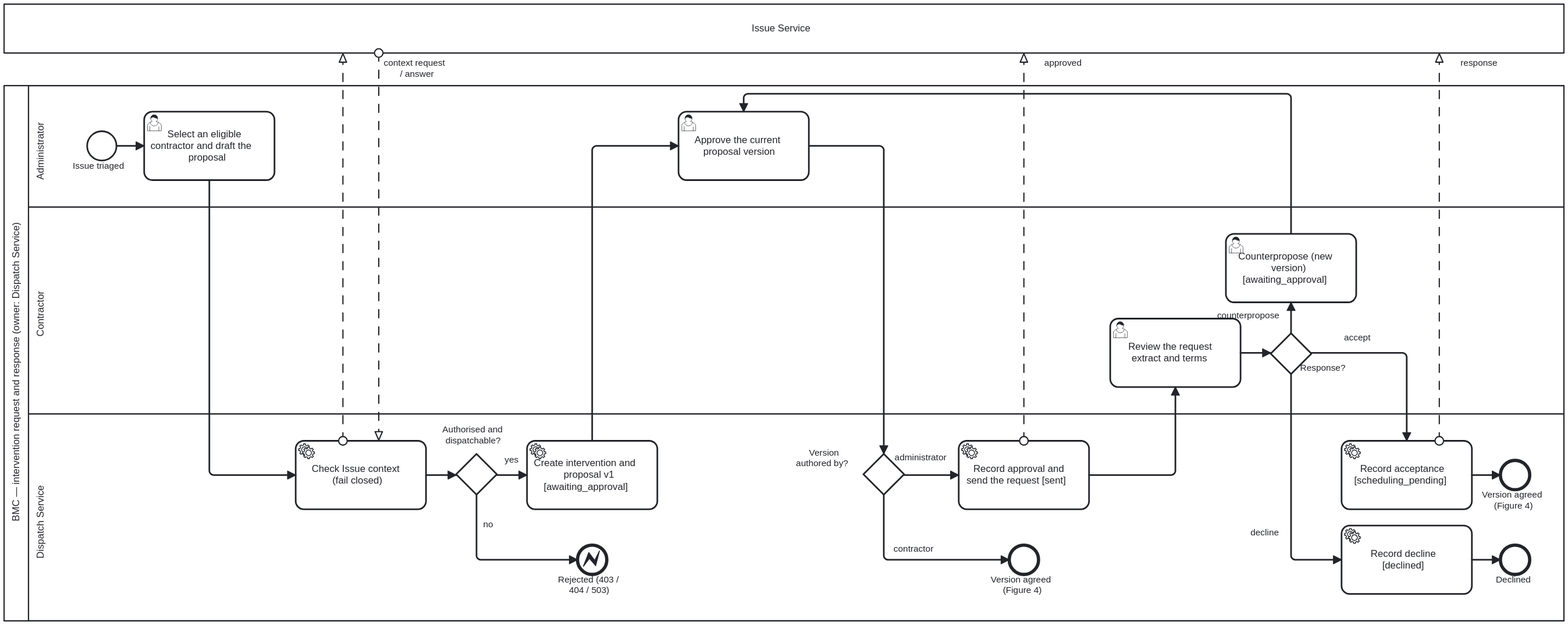
Before: documents/diagrams/intervention-request.svg, a diagram exported from BPMN (Phenriquerafael/LABDSOF_G9A). Its source is kept beside it as documents/diagrams/intervention-request.bpmn. Ids are renumbered.
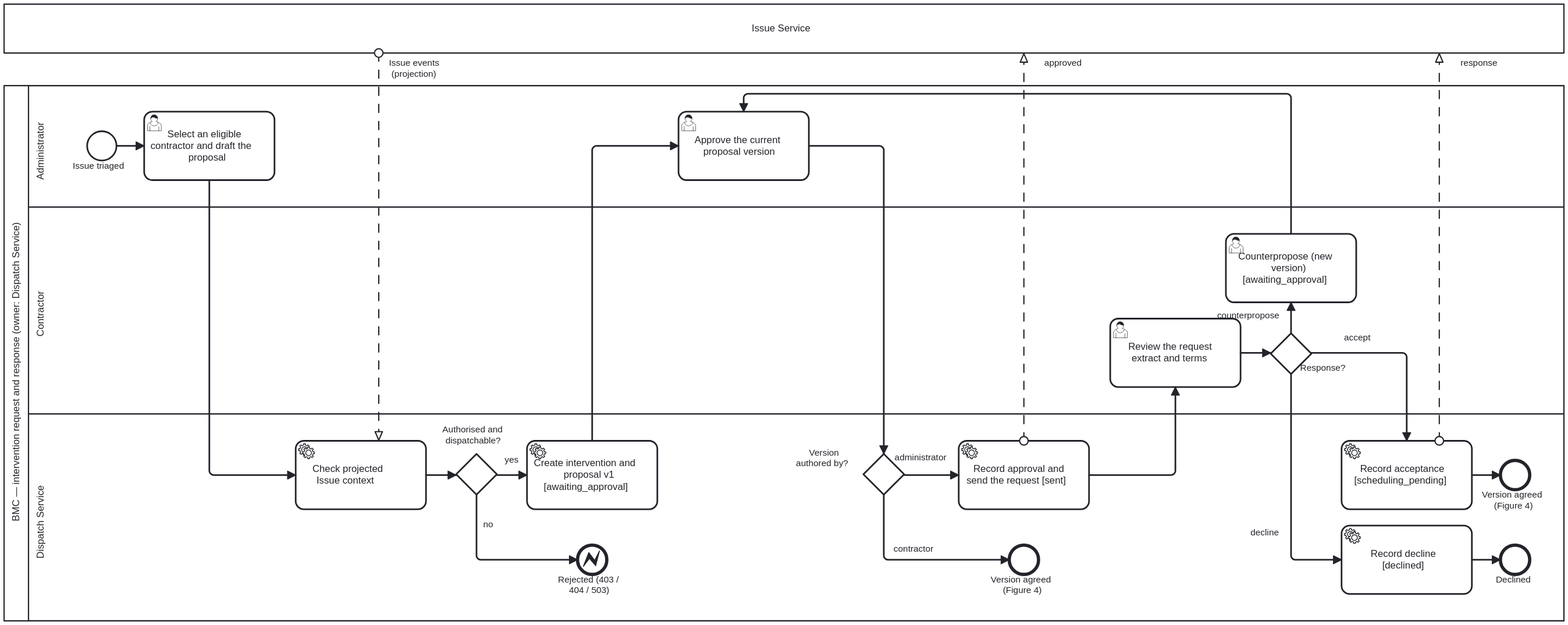
The same diagram one commit later.

Commit message:
EN-01-01: update BPMN figures 2-3 and tidy wording after review

What changed in the source:
```diff
@@ -2,8 +2,7 @@
   <bpmn:collaboration id="Collab_request">
     <bpmn:participant id="P_bmc" name="BMC — intervention request and response (owner: Dispatch Service)" processRef="Process_request" />
     <bpmn:participant id="P_issue" name="Issue Service" />
-    <bpmn:messageFlow id="M_d_check_P_issue" sourceRef="d_check" targetRef="P_issue" />
-    <bpmn:messageFlow id="M_P_issue_d_check" name="context request / answer" sourceRef="P_issue" targetRef="d_check" />
+    <bpmn:messageFlow id="M_P_issue_d_check" name="Issue events (projection)" sourceRef="P_issue" targetRef="d_check" />
     <bpmn:messageFlow id="M_d_send_P_issue" name="approved" sourceRef="d_send" targetRef="P_issue" />
     <bpmn:messageFlow id="M_d_accept_P_issue" name="response" sourceRef="d_accept" targetRef="P_issue" />
   </bpmn:collaboration>
@@ -40,7 +39,7 @@
       <bpmn:incoming>F_a_start_a_select</bpmn:incoming>
       <bpmn:outgoing>F_a_select_d_check</bpmn:outgoing>
     </bpmn:userTask>
-    <bpmn:serviceTask id="d_check" name="Check Issue context (fail closed)">
+    <bpmn:serviceTask id="d_check" name="Check projected Issue context">
       <bpmn:incoming>F_a_select_d_check</bpmn:incoming>
       <bpmn:outgoing>F_d_check_d_ok</bpmn:outgoing>
     </bpmn:serviceTask>
@@ -161,7 +160,6 @@
       <bpmndi:BPMNEdge id="F_c_resp_c_counter_di" bpmnElement="F_c_resp_c_counter"><di:waypoint x="1580" y="404" /><di:waypoint x="1580" y="366" /><bpmndi:BPMNLabel><dc:Bounds x="1487" y="376" width="90" height="28" /></bpmndi:BPMNLabel></bpmndi:BPMNEdge>
       <bpmndi:BPMNEdge id="F_c_resp_d_decline_di" bpmnElement="F_c_resp_d_decline"><di:waypoint x="1580" y="454" /><di:waypoint x="1580" y="682" /><di:waypoint x="1642" y="682" /><bpmndi:BPMNLabel><dc:Bounds x="1505" y="642" width="90" height="14" /></bpmndi:BPMNLabel></bpmndi:BPMNEdge>
       <bpmndi:BPMNEdge id="F_c_counter_a_approve_di" bpmnElement="F_c_counter_a_approve"><di:waypoint x="1580" y="282" /><di:waypoint x="1580" y="110" /><di:waypoint x="908" y="110" /><di:waypoint x="908" y="132" /></bpmndi:BPMNEdge>
-      <bpmndi:BPMNEdge id="M_d_check_P_issue_di" bpmnElement="M_d_check_P_issue"><di:waypoint x="416" y="536" /><di:waypoint x="416" y="60" /></bpmndi:BPMNEdge>
       <bpmndi:BPMNEdge id="M_P_issue_d_check_di" bpmnElement="M_P_issue_d_check"><di:waypoint x="460" y="60" /><di:waypoint x="460" y="536" /><bpmndi:BPMNLabel><dc:Bounds x="464" y="66" width="90" height="28" /></bpmndi:BPMNLabel></bpmndi:BPMNEdge>
       <bpmndi:BPMNEdge id="M_d_send_P_issue_di" bpmnElement="M_d_send_P_issue"><di:waypoint x="1252" y="536" /><di:waypoint x="1252" y="60" /><bpmndi:BPMNLabel><dc:Bounds x="1258" y="66" width="90" height="14" /></bpmndi:BPMNLabel></bpmndi:BPMNEdge>
       <bpmndi:BPMNEdge id="M_d_accept_P_issue_di" bpmnElement="M_d_accept_P_issue"><di:waypoint x="1762" y="536" /><di:waypoint x="1762" y="60" /><bpmndi:BPMNLabel><dc:Bounds x="1768" y="66" width="90" height="14" /></bpmndi:BPMNLabel></bpmndi:BPMNEdge>
```
